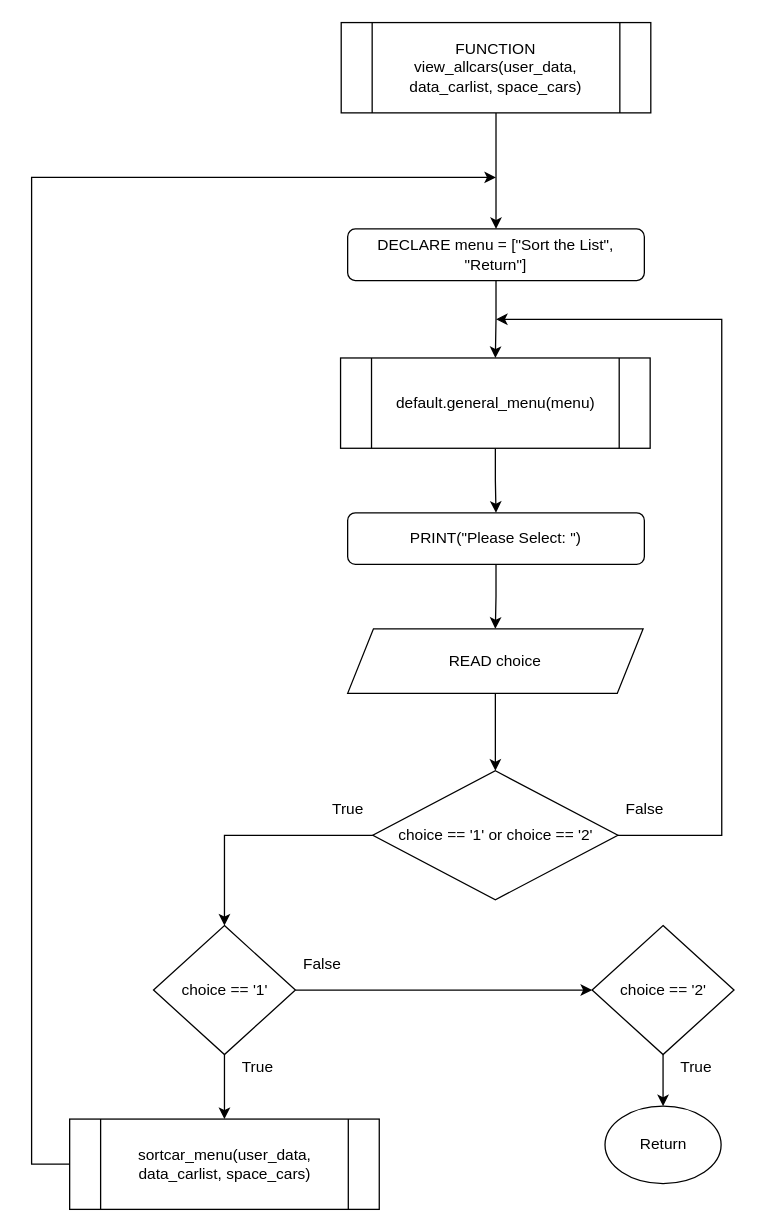
Before: Flowchart/clients/view_allcars.drawio in RabbitBear00/Car-Rental-System, a draw.io diagram. Source tidied: cells renumbered, new cells numbered last; positions are measured from the earlier drawing's top-left corner, leaving out a move shared by most shapes. Both pictures are drawn from the tidied source at 129%, with x=0, y=0 at pixel (31, 22).
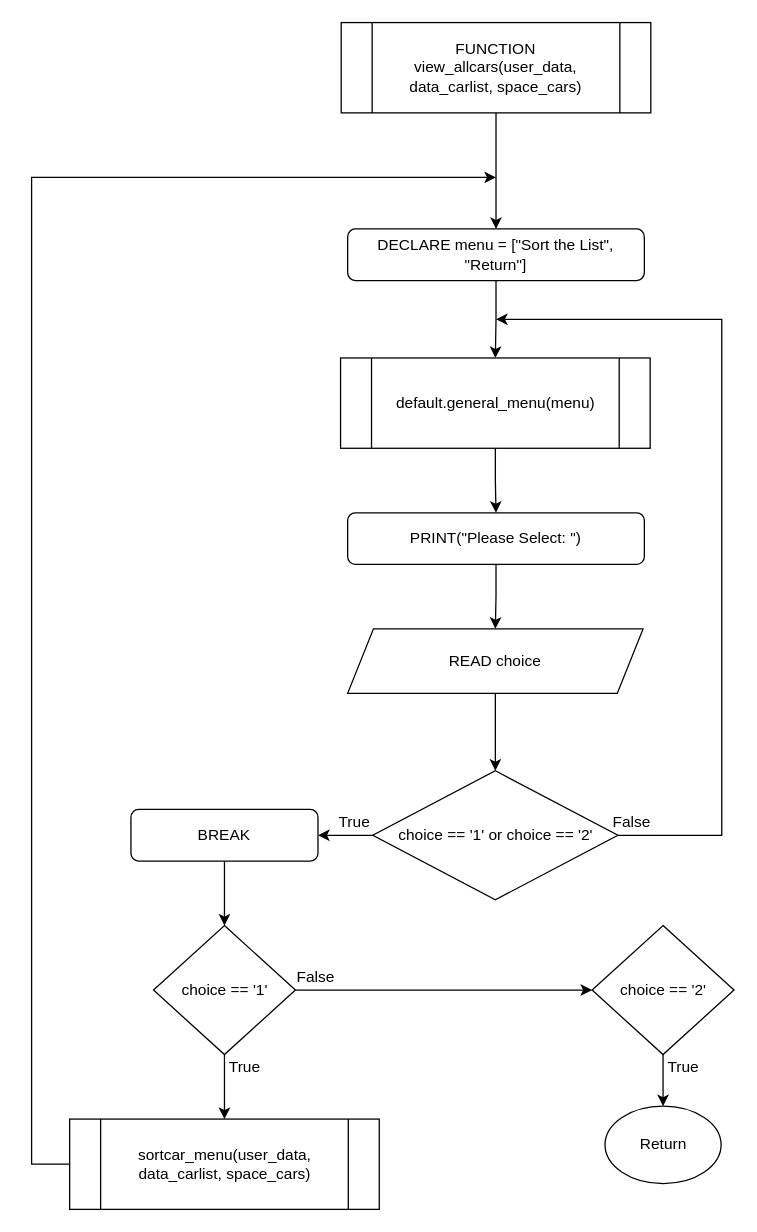
After the change.

Unchanged cells that the change refers to:
```xml
<mxCell id="10" value="choice == '1' or choice == '2'" style="rhombus;whiteSpace=wrap;html=1;" parent="1" vertex="1">
  <mxGeometry x="264.5" y="580" width="190" height="100" as="geometry" />
</mxCell>
<mxCell id="13" value="choice == '1'" style="rhombus;whiteSpace=wrap;html=1;" parent="1" vertex="1">
  <mxGeometry x="94.5" y="700" width="110" height="100" as="geometry" />
</mxCell>
```

Diff of the diagram source:
```diff
@@
-    <mxCell id="9" style="edgeStyle=orthogonalEdgeStyle;rounded=0;jettySize=auto;html=1;exitX=0;exitY=0.5;exitDx=0;exitDy=0;entryX=0.5;entryY=0;entryDx=0;entryDy=0;" parent="1" edge="1" source="10" target="13">
-      <mxGeometry relative="1" as="geometry" />
-    </mxCell>
+    <mxCell id="28" style="edgeStyle=orthogonalEdgeStyle;rounded=0;jettySize=auto;html=1;" parent="1" edge="1" source="10" target="30">
+      <mxGeometry relative="1" as="geometry" />
+    </mxCell>
@@
     <mxCell id="17" value="False" style="text;html=1;align=center;verticalAlign=middle;strokeColor=none;" parent="1" vertex="1">
-      <mxGeometry x="205" y="720" width="40" height="20" as="geometry" />
+      <mxGeometry x="200" y="730" width="40" height="20" as="geometry" />
     </mxCell>
     <mxCell id="18" value="True" style="text;html=1;align=center;verticalAlign=middle;strokeColor=none;" parent="1" vertex="1">
-      <mxGeometry x="155" y="800" width="40" height="20" as="geometry" />
+      <mxGeometry x="145" y="800" width="40" height="20" as="geometry" />
     </mxCell>
     <mxCell id="19" value="True" style="text;html=1;align=center;verticalAlign=middle;strokeColor=none;" parent="1" vertex="1">
-      <mxGeometry x="494.5" y="800" width="40" height="20" as="geometry" />
+      <mxGeometry x="484.5" y="800" width="40" height="20" as="geometry" />
     </mxCell>
     <mxCell id="20" value="True" style="text;html=1;align=center;verticalAlign=middle;strokeColor=none;" parent="1" vertex="1">
-      <mxGeometry x="225" y="600" width="40" height="20" as="geometry" />
+      <mxGeometry x="229.5" y="610" width="40" height="20" as="geometry" />
     </mxCell>
     <mxCell id="21" value="False" style="text;html=1;align=center;verticalAlign=middle;strokeColor=none;" parent="1" vertex="1">
-      <mxGeometry x="455" y="600" width="40" height="20" as="geometry" />
+      <mxGeometry x="444.5" y="610" width="40" height="20" as="geometry" />
     </mxCell>
@@
+    <mxCell id="29" style="edgeStyle=orthogonalEdgeStyle;rounded=0;jettySize=auto;html=1;" parent="1" edge="1" source="30" target="13">
+      <mxGeometry relative="1" as="geometry" />
+    </mxCell>
+    <mxCell id="30" value="BREAK" style="rounded=1;whiteSpace=wrap;html=1;" parent="1" vertex="1">
+      <mxGeometry x="77" y="610" width="145" height="40" as="geometry" />
+    </mxCell>
```
